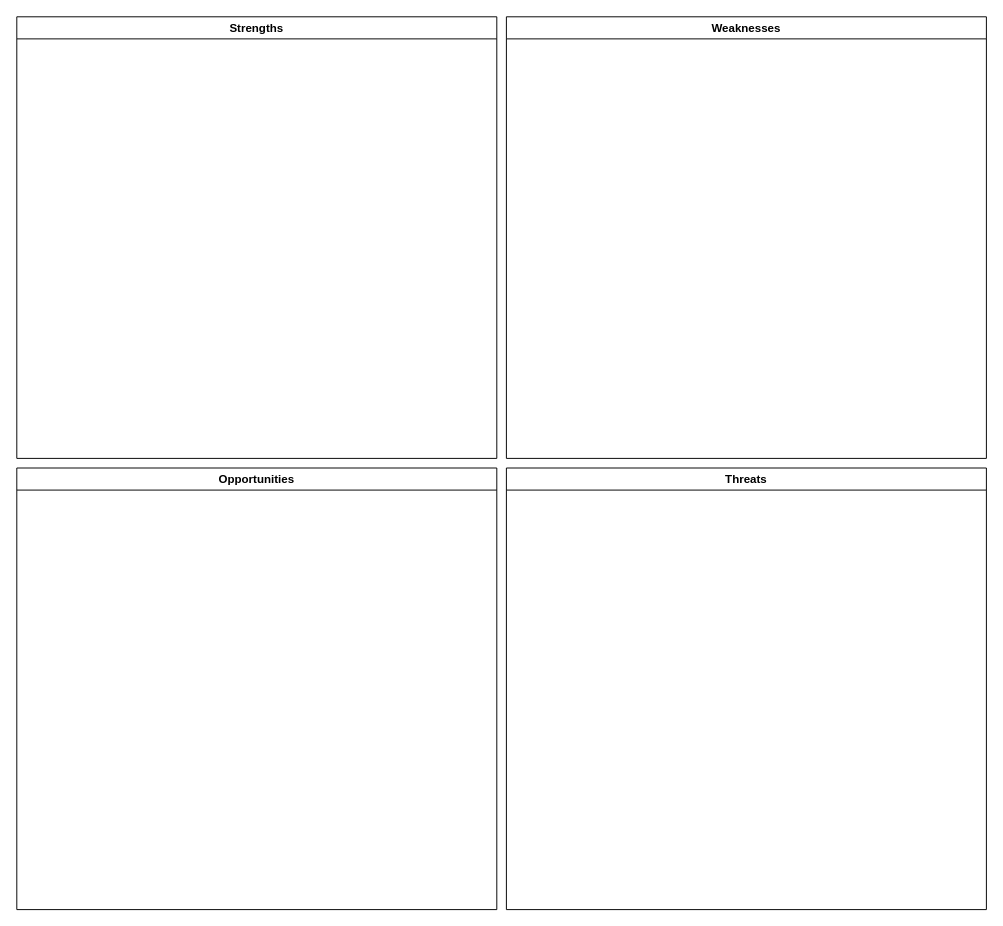
Before: Untitled Diagram.drawio in jindra12/agoraland, a draw.io diagram. Source tidied: cells renumbered, new cells numbered last; positions are measured from the earlier drawing's top-left corner, leaving out a move shared by most shapes. Both pictures are drawn from the tidied source at 96%, with x=0, y=0 at pixel (16, 16).
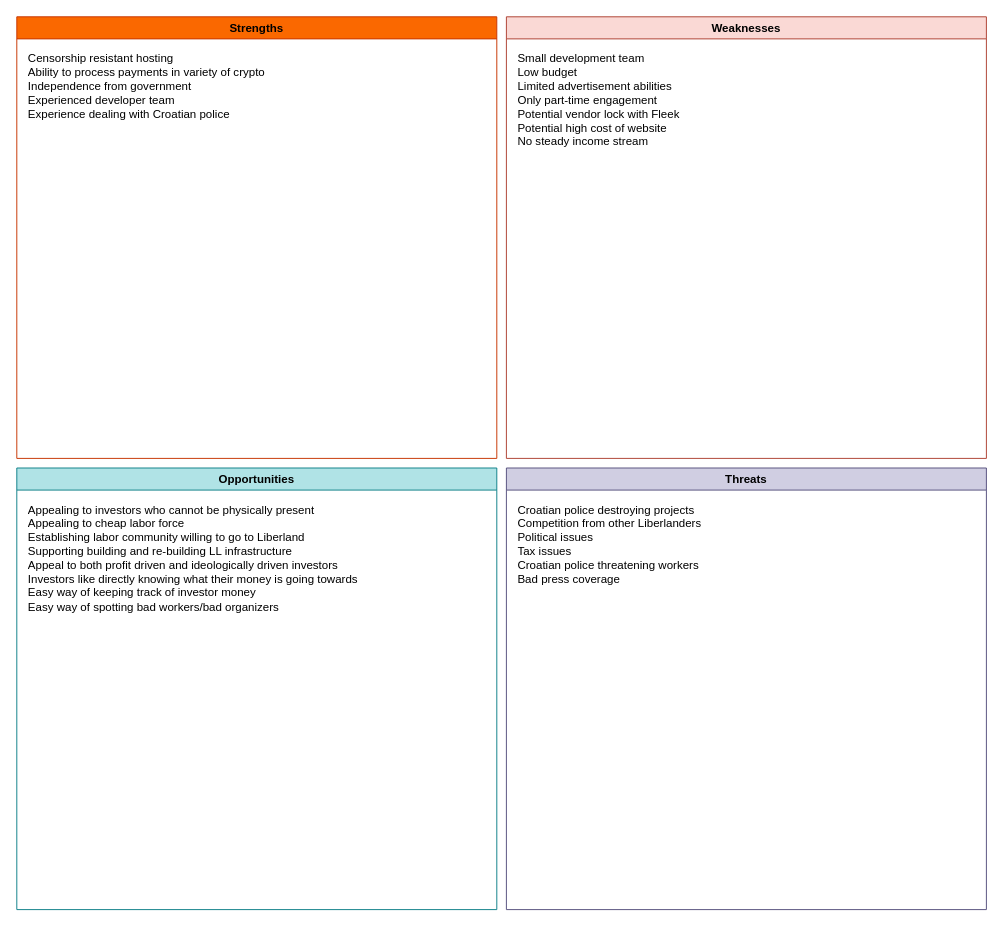
Above is the later version.

Change to the diagram source:
```diff
@@
 <mxGraphModel>
   <root>
     <mxCell id="0" />
     <mxCell id="1" parent="0" />
-    <mxCell id="2" value="Strengths" style="swimlane;whiteSpace=wrap;html=1;" parent="1" vertex="1">
+    <mxCell id="2" value="Strengths" style="swimlane;whiteSpace=wrap;html=1;fillColor=#fa6800;fontColor=#000000;strokeColor=#C73500;" parent="1" vertex="1">
       <mxGeometry width="500" height="460" as="geometry" />
     </mxCell>
+    <mxCell id="6" value="&lt;div&gt;Censorship resistant hosting&lt;/div&gt;&lt;div&gt;Ability to process payments in variety of crypto&lt;/div&gt;&lt;div&gt;Independence from government&lt;/div&gt;&lt;div&gt;Experienced developer team&lt;/div&gt;&lt;div&gt;Experience dealing with Croatian police&lt;/div&gt;&lt;div&gt;&lt;br&gt;&lt;/div&gt;" style="text;html=1;whiteSpace=wrap;overflow=hidden;rounded=0;" parent="2" vertex="1">
+      <mxGeometry x="10" y="30" width="480" height="410" as="geometry" />
+    </mxCell>
-    <mxCell id="3" value="&lt;div&gt;Weaknesses&lt;/div&gt;" style="swimlane;whiteSpace=wrap;html=1;" parent="1" vertex="1">
+    <mxCell id="3" value="&lt;div&gt;Weaknesses&lt;/div&gt;" style="swimlane;whiteSpace=wrap;html=1;swimlaneFillColor=none;fillColor=#fad9d5;strokeColor=#ae4132;" parent="1" vertex="1">
       <mxGeometry x="510" width="500" height="460" as="geometry" />
     </mxCell>
+    <mxCell id="7" value="&lt;div&gt;Small development team&lt;/div&gt;&lt;div&gt;Low budget&lt;/div&gt;&lt;div&gt;Limited advertisement abilities&lt;/div&gt;&lt;div&gt;Only part-time engagement&lt;/div&gt;&lt;div&gt;Potential vendor lock with Fleek&lt;/div&gt;&lt;div&gt;Potential high cost of website&lt;/div&gt;&lt;div&gt;No steady income stream&lt;br&gt;&lt;/div&gt;" style="text;html=1;whiteSpace=wrap;overflow=hidden;rounded=0;" parent="3" vertex="1">
+      <mxGeometry x="10" y="30" width="480" height="410" as="geometry" />
+    </mxCell>
-    <mxCell id="4" value="Opportunities" style="swimlane;whiteSpace=wrap;html=1;" parent="1" vertex="1">
+    <mxCell id="4" value="Opportunities" style="swimlane;whiteSpace=wrap;html=1;fillColor=#b0e3e6;strokeColor=#0e8088;" parent="1" vertex="1">
       <mxGeometry y="470" width="500" height="460" as="geometry" />
     </mxCell>
+    <mxCell id="8" value="&lt;div&gt;Appealing to investors who cannot be physically present&lt;/div&gt;&lt;div&gt;Appealing to cheap labor force&lt;/div&gt;&lt;div&gt;Establishing labor community willing to go to Liberland&lt;/div&gt;&lt;div&gt;Supporting building and re-building LL infrastructure&lt;/div&gt;&lt;div&gt;Appeal to both profit driven and ideologically driven investors&lt;/div&gt;&lt;div&gt;Investors like directly knowing what their money is going towards&lt;/div&gt;&lt;div&gt;Easy way of keeping track of investor money&lt;/div&gt;&lt;div&gt;Easy way of spotting bad workers/bad organizers&lt;/div&gt;&lt;div&gt;&lt;br&gt;&lt;/div&gt;" style="text;html=1;whiteSpace=wrap;overflow=hidden;rounded=0;" parent="4" vertex="1">
+      <mxGeometry x="10" y="30" width="480" height="410" as="geometry" />
+    </mxCell>
-    <mxCell id="5" value="Threats" style="swimlane;whiteSpace=wrap;html=1;" parent="1" vertex="1">
+    <mxCell id="5" value="Threats" style="swimlane;whiteSpace=wrap;html=1;fillColor=#d0cee2;strokeColor=#56517e;" parent="1" vertex="1">
       <mxGeometry x="510" y="470" width="500" height="460" as="geometry" />
     </mxCell>
+    <mxCell id="9" value="&lt;div&gt;Croatian police destroying projects&lt;/div&gt;&lt;div&gt;Competition from other Liberlanders&lt;/div&gt;&lt;div&gt;Political issues&lt;/div&gt;&lt;div&gt;Tax issues&lt;/div&gt;&lt;div&gt;Croatian police threatening workers&lt;/div&gt;&lt;div&gt;Bad press coverage&lt;br&gt;&lt;/div&gt;" style="text;html=1;whiteSpace=wrap;overflow=hidden;rounded=0;" parent="5" vertex="1">
+      <mxGeometry x="10" y="30" width="480" height="410" as="geometry" />
+    </mxCell>
   </root>
 </mxGraphModel>
```
